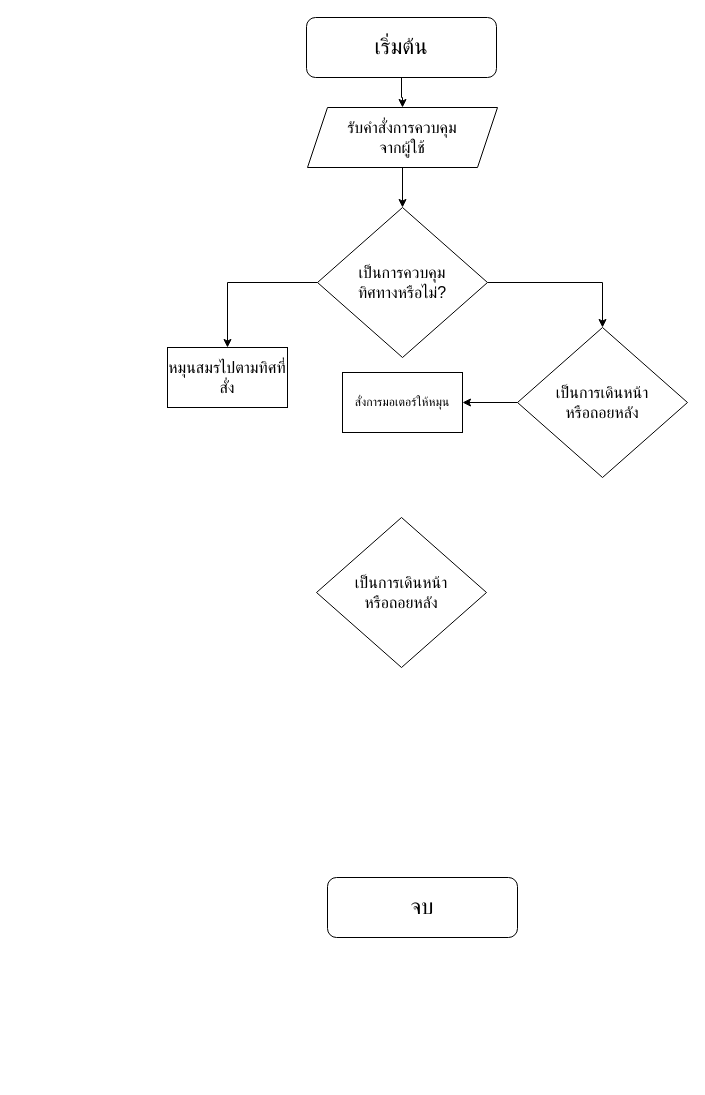
This is page "Copy of bms-report" (2 of 2) of function.drawio from toonshouin/psc-flowchart-workshop, a draw.io file, before an edit. Source tidied: cells renumbered, new cells numbered last; positions are measured from the earlier drawing's top-left corner, leaving out a move shared by most shapes. Both pictures are drawn from the tidied source at 100%, with x=0, y=0 at pixel (167, 17).
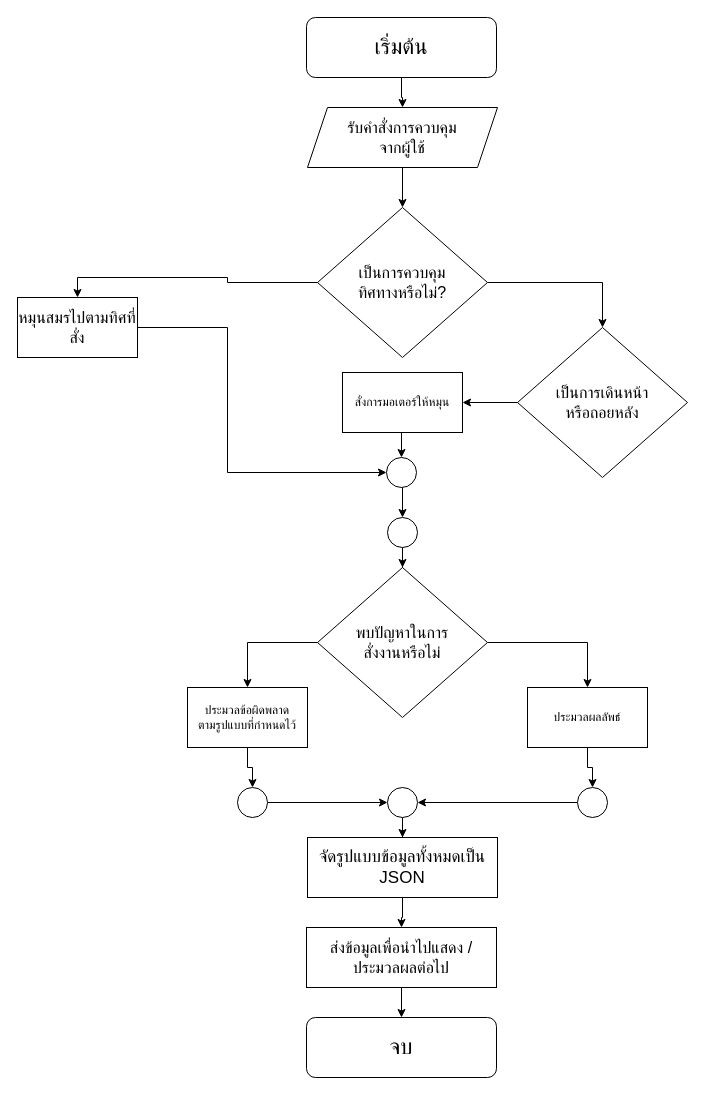
The same diagram, later.

Unchanged cells that the change refers to:
```xml
<mxCell id="14" value="&lt;div&gt;สั่งการมอเตอร์ให้หมุน&lt;/div&gt;" style="whiteSpace=wrap;html=1;" parent="1" vertex="1">
  <mxGeometry x="175" y="355" width="120" height="60" as="geometry" />
</mxCell>
```

Change to the diagram source:
```diff
@@
     <mxCell id="6" value="จบ" style="rounded=1;whiteSpace=wrap;html=1;fontSize=22;" parent="1" vertex="1">
-      <mxGeometry x="160" y="860" width="190" height="60" as="geometry" />
+      <mxGeometry x="139" y="1000" width="190" height="60" as="geometry" />
     </mxCell>
@@
+    <mxCell id="15" style="edgeStyle=orthogonalEdgeStyle;rounded=0;jettySize=auto;html=1;entryX=0;entryY=0.5;entryDx=0;entryDy=0;" parent="1" edge="1" source="10" target="21">
+      <mxGeometry relative="1" as="geometry">
+        <Array as="points">
+          <mxPoint x="60" y="455" />
+        </Array>
+      </mxGeometry>
+    </mxCell>
     <mxCell id="10" value="หมุนสมรไปตามทิศที่สั่ง" style="rounded=0;whiteSpace=wrap;html=1;fontSize=16;" parent="1" vertex="1">
-      <mxGeometry y="330" width="120" height="60" as="geometry" />
+      <mxGeometry x="-150" y="280" width="120" height="60" as="geometry" />
     </mxCell>
@@
+    <mxCell id="16" style="edgeStyle=orthogonalEdgeStyle;rounded=0;jettySize=auto;html=1;" parent="1" edge="1" source="13" target="23">
+      <mxGeometry relative="1" as="geometry">
+        <Array as="points">
+          <mxPoint x="80" y="625" />
+        </Array>
+      </mxGeometry>
+    </mxCell>
+    <mxCell id="17" style="edgeStyle=orthogonalEdgeStyle;rounded=0;jettySize=auto;html=1;" parent="1" edge="1" source="13" target="25">
+      <mxGeometry relative="1" as="geometry">
+        <Array as="points">
+          <mxPoint x="420" y="625" />
+        </Array>
+      </mxGeometry>
+    </mxCell>
-    <mxCell id="13" value="&lt;div&gt;&lt;font style=&quot;font-size: 16px;&quot;&gt;เป็นการเดินหน้า&lt;/font&gt;&lt;/div&gt;&lt;div&gt;&lt;font style=&quot;font-size: 16px;&quot;&gt;หรือถอยหลัง&lt;/font&gt;&lt;/div&gt;" style="rhombus;whiteSpace=wrap;html=1;" parent="1" vertex="1">
-      <mxGeometry x="149" y="500" width="170" height="150" as="geometry" />
+    <mxCell id="13" value="&lt;div&gt;&lt;span style=&quot;font-size: 16px;&quot;&gt;พบปัญหาในการ&lt;/span&gt;&lt;/div&gt;&lt;div&gt;&lt;span style=&quot;font-size: 16px;&quot;&gt;สั่งงานหรือไม่&lt;/span&gt;&lt;/div&gt;" style="rhombus;whiteSpace=wrap;html=1;" parent="1" vertex="1">
+      <mxGeometry x="150" y="550" width="170" height="150" as="geometry" />
     </mxCell>
+    <mxCell id="18" style="edgeStyle=orthogonalEdgeStyle;rounded=0;jettySize=auto;html=1;exitX=0.5;exitY=1;exitDx=0;exitDy=0;entryX=0.5;entryY=0;entryDx=0;entryDy=0;" parent="1" edge="1" source="14" target="21">
+      <mxGeometry relative="1" as="geometry" />
+    </mxCell>
@@
+    <mxCell id="19" style="edgeStyle=orthogonalEdgeStyle;rounded=0;jettySize=auto;html=1;" parent="1" edge="1" source="30" target="13">
+      <mxGeometry relative="1" as="geometry" />
+    </mxCell>
+    <mxCell id="20" style="edgeStyle=orthogonalEdgeStyle;rounded=0;jettySize=auto;html=1;exitX=0.5;exitY=1;exitDx=0;exitDy=0;entryX=0.5;entryY=0;entryDx=0;entryDy=0;" parent="1" edge="1" source="21" target="30">
+      <mxGeometry relative="1" as="geometry" />
+    </mxCell>
+    <mxCell id="21" style="ellipse;whiteSpace=wrap;html=1;" parent="1" vertex="1">
+      <mxGeometry x="219" y="440" width="30" height="30" as="geometry" />
+    </mxCell>
+    <mxCell id="22" style="edgeStyle=orthogonalEdgeStyle;rounded=0;jettySize=auto;html=1;" parent="1" edge="1" source="23" target="36">
+      <mxGeometry relative="1" as="geometry" />
+    </mxCell>
+    <mxCell id="23" value="ประมวลข้อผิดพลาด&lt;div&gt;ตามรูปแบบที่กำหนดไว้&lt;/div&gt;" style="whiteSpace=wrap;html=1;" parent="1" vertex="1">
+      <mxGeometry x="20" y="670" width="120" height="60" as="geometry" />
+    </mxCell>
+    <mxCell id="24" style="edgeStyle=orthogonalEdgeStyle;rounded=0;jettySize=auto;html=1;" parent="1" edge="1" source="25" target="34">
+      <mxGeometry relative="1" as="geometry" />
+    </mxCell>
+    <mxCell id="25" value="ประมวลผลลัพธ์" style="whiteSpace=wrap;html=1;" parent="1" vertex="1">
+      <mxGeometry x="360" y="670" width="120" height="60" as="geometry" />
+    </mxCell>
+    <mxCell id="26" style="edgeStyle=orthogonalEdgeStyle;rounded=0;jettySize=auto;html=1;" parent="1" edge="1" source="27" target="29">
+      <mxGeometry relative="1" as="geometry" />
+    </mxCell>
+    <mxCell id="27" value="&lt;font style=&quot;font-size: 17px;&quot;&gt;จัดรูปแบบข้อมูลทั้งหมดเป็น JSON&lt;/font&gt;" style="whiteSpace=wrap;html=1;fontSize=16;rounded=0;" parent="1" vertex="1">
+      <mxGeometry x="140" y="820" width="190" height="60" as="geometry" />
+    </mxCell>
+    <mxCell id="28" style="edgeStyle=orthogonalEdgeStyle;rounded=0;jettySize=auto;html=1;" parent="1" edge="1" source="29" target="6">
+      <mxGeometry relative="1" as="geometry" />
+    </mxCell>
+    <mxCell id="29" value="ส่งข้อมูลเพื่อนำไปแสดง / ประมวลผลต่อไป" style="whiteSpace=wrap;html=1;fontSize=16;rounded=0;" parent="1" vertex="1">
+      <mxGeometry x="139" y="910" width="190" height="60" as="geometry" />
+    </mxCell>
+    <mxCell id="30" style="ellipse;whiteSpace=wrap;html=1;" parent="1" vertex="1">
+      <mxGeometry x="220" y="500" width="30" height="30" as="geometry" />
+    </mxCell>
+    <mxCell id="31" style="edgeStyle=orthogonalEdgeStyle;rounded=0;jettySize=auto;html=1;entryX=0.5;entryY=0;entryDx=0;entryDy=0;" parent="1" edge="1" source="32" target="27">
+      <mxGeometry relative="1" as="geometry" />
+    </mxCell>
+    <mxCell id="32" style="ellipse;whiteSpace=wrap;html=1;" parent="1" vertex="1">
+      <mxGeometry x="220" y="770" width="30" height="30" as="geometry" />
+    </mxCell>
+    <mxCell id="33" style="edgeStyle=orthogonalEdgeStyle;rounded=0;jettySize=auto;html=1;entryX=1;entryY=0.5;entryDx=0;entryDy=0;" parent="1" edge="1" source="34" target="32">
+      <mxGeometry relative="1" as="geometry" />
+    </mxCell>
+    <mxCell id="34" style="ellipse;whiteSpace=wrap;html=1;" parent="1" vertex="1">
+      <mxGeometry x="410" y="770" width="30" height="30" as="geometry" />
+    </mxCell>
+    <mxCell id="35" style="edgeStyle=orthogonalEdgeStyle;rounded=0;jettySize=auto;html=1;entryX=0;entryY=0.5;entryDx=0;entryDy=0;" parent="1" edge="1" source="36" target="32">
+      <mxGeometry relative="1" as="geometry" />
+    </mxCell>
+    <mxCell id="36" style="ellipse;whiteSpace=wrap;html=1;" parent="1" vertex="1">
+      <mxGeometry x="70" y="770" width="30" height="30" as="geometry" />
+    </mxCell>
```
